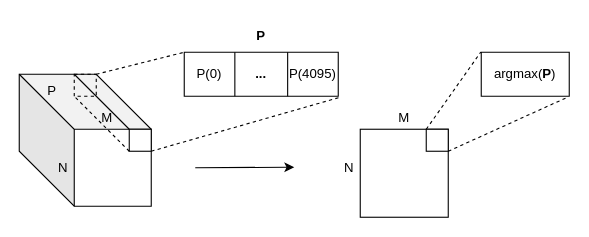
Above: 残差计算加速示意图.drawio in jkersmith/reimagined-doodle (draw.io), before the change. Source tidied: cells renumbered, new cells numbered last; positions are measured from the earlier drawing's top-left corner, leaving out a move shared by most shapes. Both pictures are drawn from the tidied source at 110%, with x=0, y=0 at pixel (19, 19).
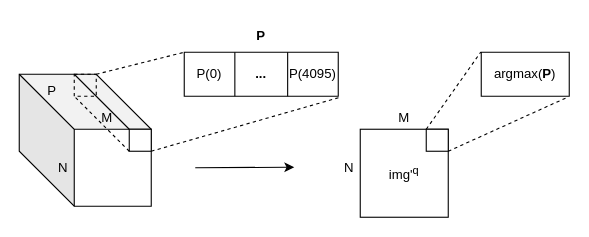
Above is the later version.

Commit message (it also covers changes not shown here):
更新残差计算加速示意图.drawio

What changed in the source:
```diff
@@
+    <mxCell id="29" value="img'&lt;sup&gt;q&lt;/sup&gt;" style="text;html=1;strokeColor=none;fillColor=none;align=center;verticalAlign=middle;whiteSpace=wrap;rounded=0;" parent="1" vertex="1">
+      <mxGeometry x="320" y="125" width="60" height="30" as="geometry" />
+    </mxCell>
```
